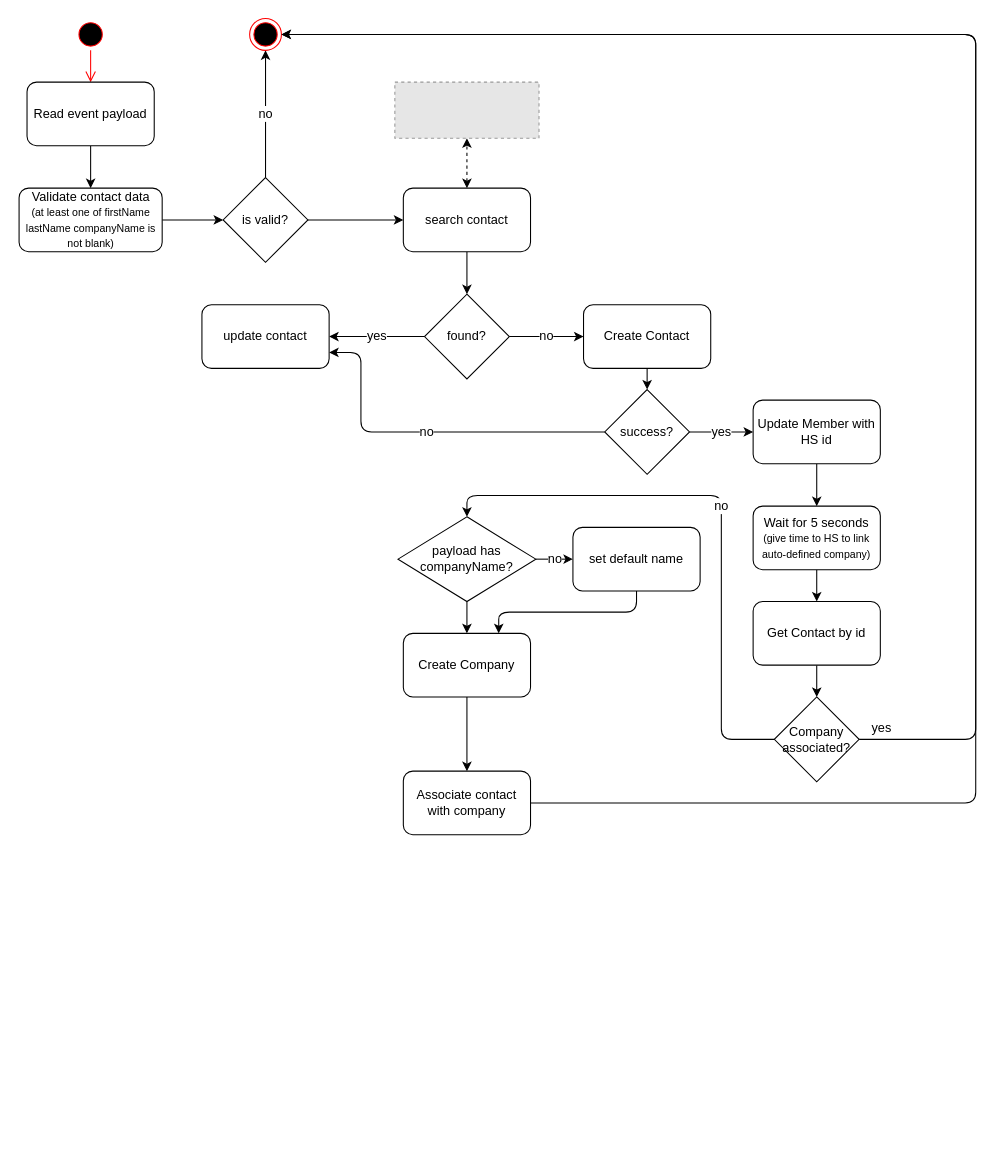
Before: workers/Untitled Diagram.drawio in CallLoop/CL2-diagrams, a draw.io diagram. Source tidied: cells renumbered, new cells numbered last; positions are measured from the earlier drawing's top-left corner, leaving out a move shared by most shapes. Both pictures are drawn from the tidied source at 106%, with x=0, y=0 at pixel (19, 18). Pictures stored in the file or linked from it are replaced by grey dashed boxes.
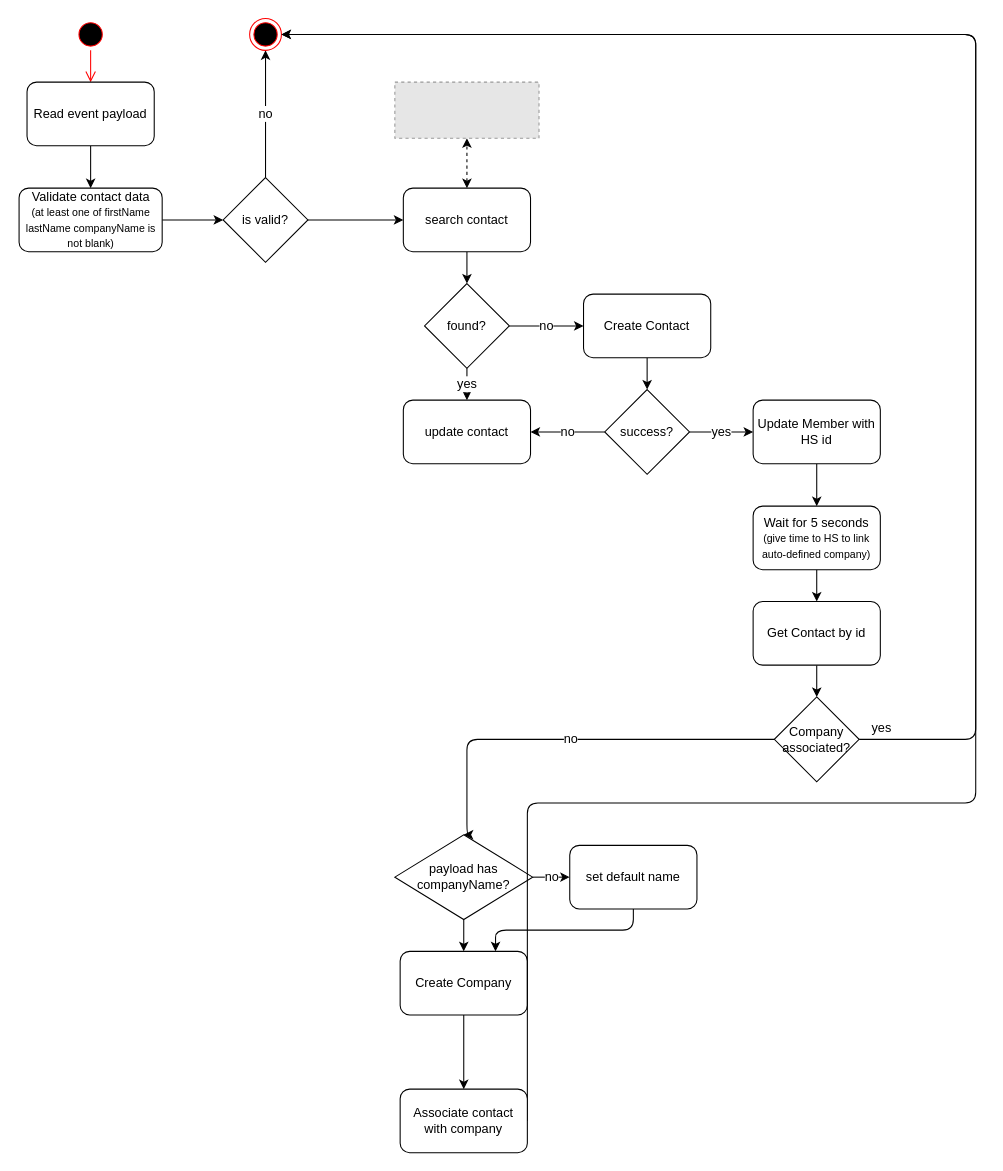
The same page after the edit.

The change refers to these unchanged cells:
```xml
<mxCell id="28" value="Company&lt;br&gt;associated?" style="rhombus;whiteSpace=wrap;html=1;fontSize=12;" parent="1" vertex="1">
  <mxGeometry x="712" y="640" width="80" height="80" as="geometry" />
</mxCell>
<mxCell id="41" value="success?" style="rhombus;whiteSpace=wrap;html=1;fontSize=12;" parent="1" vertex="1">
  <mxGeometry x="552" y="350" width="80" height="80" as="geometry" />
</mxCell>
```

Diff of the diagram source:
```diff
@@
-    <mxCell id="17" value="yes" style="edgeStyle=orthogonalEdgeStyle;rounded=1;jettySize=auto;html=1;exitX=0;exitY=0.5;exitDx=0;exitDy=0;entryX=1;entryY=0.5;entryDx=0;entryDy=0;fontSize=12;startArrow=none;startFill=0;" parent="1" edge="1" source="18" target="42">
-      <mxGeometry relative="1" as="geometry" />
+    <mxCell id="17" value="yes" style="edgeStyle=orthogonalEdgeStyle;rounded=1;jettySize=auto;html=1;exitX=0.5;exitY=1;exitDx=0;exitDy=0;entryX=0.5;entryY=0;entryDx=0;entryDy=0;fontSize=12;startArrow=none;startFill=0;" parent="1" edge="1" source="18" target="42">
+      <mxGeometry relative="1" as="geometry">
+        <Array as="points">
+          <mxPoint x="422" y="340" />
+          <mxPoint x="422" y="340" />
+        </Array>
+      </mxGeometry>
     </mxCell>
     <mxCell id="18" value="found?" style="rhombus;whiteSpace=wrap;html=1;fontSize=12;" parent="1" vertex="1">
-      <mxGeometry x="382" y="260" width="80" height="80" as="geometry" />
+      <mxGeometry x="382" y="250" width="80" height="80" as="geometry" />
     </mxCell>
@@
     <mxCell id="21" value="Create Contact" style="rounded=1;whiteSpace=wrap;html=1;fontSize=12;" parent="1" vertex="1">
-      <mxGeometry x="532" y="270" width="120" height="60" as="geometry" />
+      <mxGeometry x="532" y="260" width="120" height="60" as="geometry" />
     </mxCell>
@@
     <mxCell id="27" value="no" style="edgeStyle=orthogonalEdgeStyle;rounded=1;jettySize=auto;html=1;exitX=0;exitY=0.5;exitDx=0;exitDy=0;fontSize=12;startArrow=none;startFill=0;entryX=0.5;entryY=0;entryDx=0;entryDy=0;" parent="1" edge="1" source="28" target="32">
       <mxGeometry relative="1" as="geometry">
         <Array as="points">
-          <mxPoint x="662" y="680" />
-          <mxPoint x="662" y="450" />
-          <mxPoint x="422" y="450" />
+          <mxPoint x="422" y="680" />
+          <mxPoint x="422" y="770" />
         </Array>
       </mxGeometry>
     </mxCell>
@@
     <mxCell id="32" value="payload has companyName?" style="rhombus;whiteSpace=wrap;html=1;fontSize=12;" parent="1" vertex="1">
-      <mxGeometry x="357" y="470" width="130" height="80" as="geometry" />
+      <mxGeometry x="354" y="770" width="130" height="80" as="geometry" />
     </mxCell>
@@
     <mxCell id="34" value="set default name" style="rounded=1;whiteSpace=wrap;html=1;fontSize=12;" parent="1" vertex="1">
-      <mxGeometry x="522" y="480" width="120" height="60" as="geometry" />
+      <mxGeometry x="519" y="780" width="120" height="60" as="geometry" />
     </mxCell>
@@
     <mxCell id="36" value="Create Company" style="rounded=1;whiteSpace=wrap;html=1;fontSize=12;" parent="1" vertex="1">
-      <mxGeometry x="362" y="580" width="120" height="60" as="geometry" />
+      <mxGeometry x="359" y="880" width="120" height="60" as="geometry" />
     </mxCell>
@@
     <mxCell id="38" value="Associate contact with company" style="rounded=1;whiteSpace=wrap;html=1;fontSize=12;" parent="1" vertex="1">
-      <mxGeometry x="362" y="710" width="120" height="60" as="geometry" />
+      <mxGeometry x="359" y="1010" width="120" height="60" as="geometry" />
     </mxCell>
@@
-    <mxCell id="40" value="no" style="edgeStyle=orthogonalEdgeStyle;rounded=1;jettySize=auto;html=1;exitX=0;exitY=0.5;exitDx=0;exitDy=0;entryX=1;entryY=0.75;entryDx=0;entryDy=0;fontSize=12;startArrow=none;startFill=0;" parent="1" edge="1" source="41" target="42">
+    <mxCell id="40" value="no" style="edgeStyle=orthogonalEdgeStyle;rounded=1;jettySize=auto;html=1;exitX=0;exitY=0.5;exitDx=0;exitDy=0;entryX=1;entryY=0.5;entryDx=0;entryDy=0;fontSize=12;startArrow=none;startFill=0;" parent="1" edge="1" source="41" target="42">
       <mxGeometry relative="1" as="geometry">
         <Array as="points">
-          <mxPoint x="322" y="390" />
-          <mxPoint x="322" y="315" />
+          <mxPoint x="502" y="390" />
+          <mxPoint x="502" y="390" />
         </Array>
       </mxGeometry>
     </mxCell>
@@
     <mxCell id="42" value="update contact" style="rounded=1;whiteSpace=wrap;html=1;fontSize=12;" parent="1" vertex="1">
-      <mxGeometry x="172" y="270" width="120" height="60" as="geometry" />
+      <mxGeometry x="362" y="360" width="120" height="60" as="geometry" />
     </mxCell>
```
